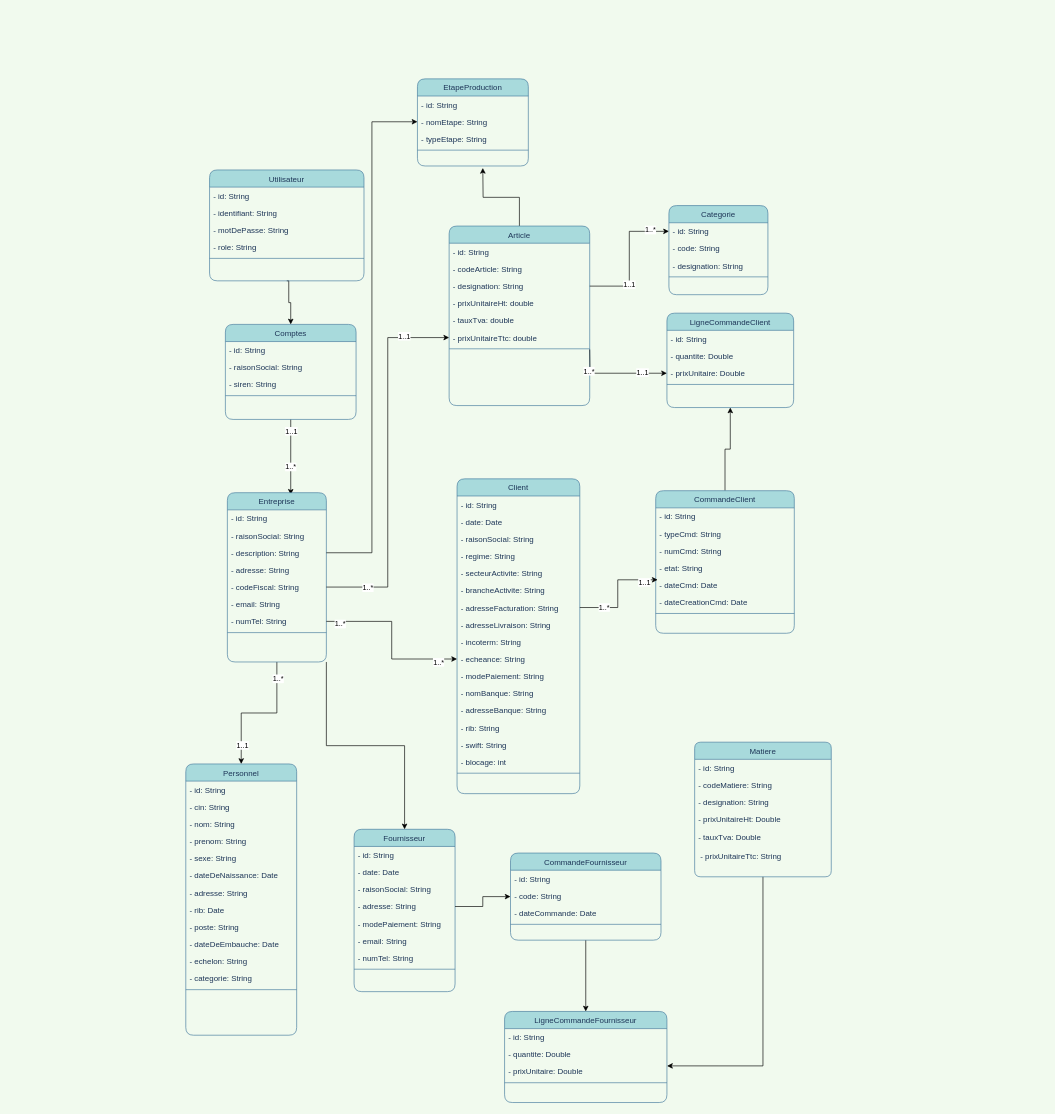
This is GestionStock.drawio from AbdelazizBs/GPAO-SpringApp, a draw.io file, before an edit. Source tidied: cells renumbered, new cells numbered last; positions are measured from the earlier drawing's top-left corner, leaving out a move shared by most shapes. Both pictures are drawn from the tidied source at 66%, with x=0, y=0 at pixel (185, 79).
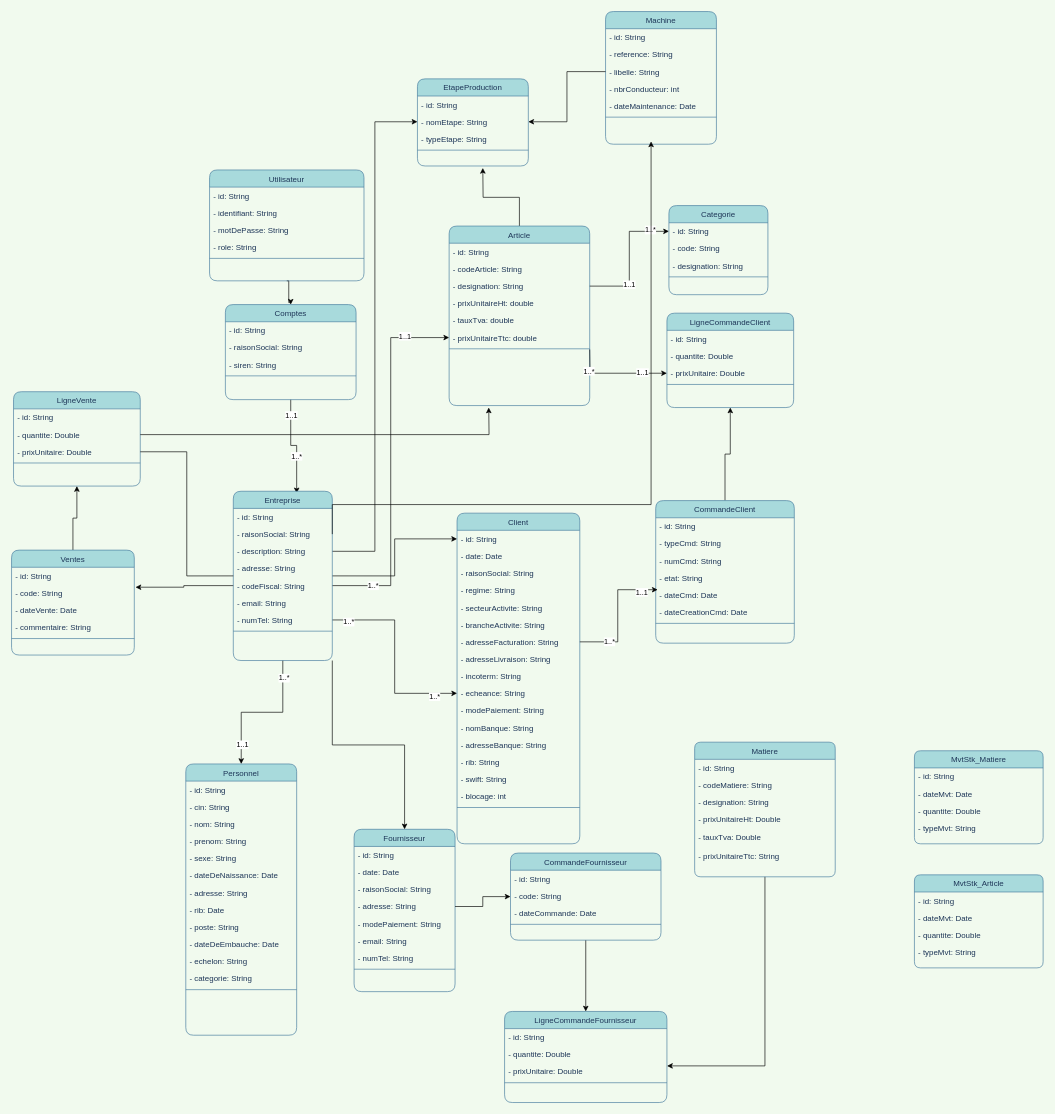
The same diagram, later.

Unchanged cells that the change refers to:
```xml
<mxCell id="38" value="- id: String" style="text;strokeColor=none;fillColor=none;align=left;verticalAlign=top;spacingLeft=4;spacingRight=4;overflow=hidden;points=[[0,0.5],[1,0.5]];portConstraint=eastwest;rounded=0;sketch=0;fontColor=#1D3557;" parent="37" vertex="1">
  <mxGeometry y="26" width="186" height="26" as="geometry" />
</mxCell>
<mxCell id="102" value="- nomEtape: String" style="text;strokeColor=none;fillColor=none;align=left;verticalAlign=top;spacingLeft=4;spacingRight=4;overflow=hidden;points=[[0,0.5],[1,0.5]];portConstraint=eastwest;rounded=0;sketch=0;fontColor=#1D3557;" parent="100" vertex="1">
  <mxGeometry y="52" width="168" height="26" as="geometry" />
</mxCell>
```

The edit, as a diff of the source:
```diff
@@
     <mxCell id="37" value="Client" style="swimlane;fontStyle=0;align=center;verticalAlign=top;horizontal=1;startSize=26;rounded=1;shadow=0;strokeWidth=1;fillColor=#A8DADC;strokeColor=#457B9D;fontColor=#1D3557;" parent="1" vertex="1">
-      <mxGeometry x="411" y="606" width="186" height="477" as="geometry" />
+      <mxGeometry x="411" y="658" width="186" height="501" as="geometry" />
     </mxCell>
@@
     <mxCell id="65" value="CommandeClient" style="swimlane;fontStyle=0;align=center;verticalAlign=top;horizontal=1;startSize=26;rounded=1;shadow=0;strokeWidth=1;fillColor=#A8DADC;strokeColor=#457B9D;fontColor=#1D3557;" parent="1" vertex="1">
-      <mxGeometry x="712" y="624" width="210" height="216" as="geometry" />
+      <mxGeometry x="712" y="639" width="210" height="216" as="geometry" />
     </mxCell>
@@
     <mxCell id="82" value="Comptes" style="swimlane;fontStyle=0;align=center;verticalAlign=top;horizontal=1;startSize=26;rounded=1;shadow=0;strokeWidth=1;fillColor=#A8DADC;strokeColor=#457B9D;fontColor=#1D3557;" parent="1" vertex="1">
-      <mxGeometry x="60" y="372" width="198" height="144" as="geometry" />
+      <mxGeometry x="60" y="342" width="198" height="144" as="geometry" />
     </mxCell>
@@
-    <mxCell id="91" value="Entreprise" style="swimlane;fontStyle=0;align=center;verticalAlign=top;horizontal=1;startSize=26;rounded=1;shadow=0;strokeWidth=1;fillColor=#A8DADC;strokeColor=#457B9D;fontColor=#1D3557;" parent="1" vertex="1">
-      <mxGeometry x="63" y="627" width="150" height="256.5" as="geometry" />
-    </mxCell>
-    <mxCell id="92" value="- id: String" style="text;strokeColor=none;fillColor=none;align=left;verticalAlign=top;spacingLeft=4;spacingRight=4;overflow=hidden;rounded=0;sketch=0;fontColor=#1D3557;" parent="91" vertex="1">
-      <mxGeometry y="26" width="150" height="26" as="geometry" />
-    </mxCell>
-    <mxCell id="93" value="- raisonSocial: String" style="text;strokeColor=none;fillColor=none;align=left;verticalAlign=top;spacingLeft=4;spacingRight=4;overflow=hidden;points=[[0,0.5],[1,0.5]];portConstraint=eastwest;rounded=0;sketch=0;fontColor=#1D3557;" parent="91" vertex="1">
-      <mxGeometry y="52" width="150" height="26" as="geometry" />
-    </mxCell>
-    <mxCell id="94" value="- description: String" style="text;strokeColor=none;fillColor=none;align=left;verticalAlign=top;spacingLeft=4;spacingRight=4;overflow=hidden;points=[[0,0.5],[1,0.5]];portConstraint=eastwest;rounded=0;sketch=0;fontColor=#1D3557;" parent="91" vertex="1">
-      <mxGeometry y="78" width="150" height="26" as="geometry" />
-    </mxCell>
-    <mxCell id="95" value="- adresse: String" style="text;strokeColor=none;fillColor=none;align=left;verticalAlign=top;spacingLeft=4;spacingRight=4;overflow=hidden;rounded=0;sketch=0;fontColor=#1D3557;" parent="91" vertex="1">
-      <mxGeometry y="104" width="150" height="26" as="geometry" />
-    </mxCell>
-    <mxCell id="96" value="- codeFiscal: String" style="text;strokeColor=none;fillColor=none;align=left;verticalAlign=top;spacingLeft=4;spacingRight=4;overflow=hidden;points=[[0,0.5],[1,0.5]];portConstraint=eastwest;rounded=0;sketch=0;fontColor=#1D3557;" parent="91" vertex="1">
-      <mxGeometry y="130" width="150" height="26" as="geometry" />
-    </mxCell>
-    <mxCell id="97" value="- email: String" style="text;strokeColor=none;fillColor=none;align=left;verticalAlign=top;spacingLeft=4;spacingRight=4;overflow=hidden;rounded=0;sketch=0;fontColor=#1D3557;" parent="91" vertex="1">
-      <mxGeometry y="156" width="150" height="26" as="geometry" />
-    </mxCell>
-    <mxCell id="98" value="- numTel: String" style="text;strokeColor=none;fillColor=none;align=left;verticalAlign=top;spacingLeft=4;spacingRight=4;overflow=hidden;points=[[0,0.5],[1,0.5]];portConstraint=eastwest;rounded=0;sketch=0;fontColor=#1D3557;" parent="91" vertex="1">
-      <mxGeometry y="182" width="150" height="26" as="geometry" />
-    </mxCell>
-    <mxCell id="99" style="line;html=1;strokeWidth=1;align=left;verticalAlign=middle;spacingTop=-1;spacingLeft=3;spacingRight=3;labelPosition=right;fillColor=#A8DADC;strokeColor=#457B9D;fontColor=#1D3557;rounded=1;labelBackgroundColor=#F1FAEE;" parent="91" vertex="1">
-      <mxGeometry y="208" width="150" height="8" as="geometry" />
-    </mxCell>
@@
     <mxCell id="133" value="Matiere" style="swimlane;fontStyle=0;align=center;verticalAlign=top;horizontal=1;startSize=26;rounded=1;shadow=0;strokeWidth=1;fillColor=#A8DADC;strokeColor=#457B9D;fontColor=#1D3557;arcSize=12;" parent="1" vertex="1">
-      <mxGeometry x="771" y="1005" width="207" height="204" as="geometry" />
+      <mxGeometry x="771" y="1005" width="213" height="204" as="geometry" />
     </mxCell>
     <mxCell id="134" value="- id: String" style="text;strokeColor=none;fillColor=none;align=left;verticalAlign=top;spacingLeft=4;spacingRight=4;overflow=hidden;rounded=0;sketch=0;fontColor=#1D3557;" parent="133" vertex="1">
-      <mxGeometry y="26" width="207" height="26" as="geometry" />
+      <mxGeometry y="26" width="213" height="26" as="geometry" />
     </mxCell>
     <mxCell id="135" value="- codeMatiere: String" style="text;strokeColor=none;fillColor=none;align=left;verticalAlign=top;spacingLeft=4;spacingRight=4;overflow=hidden;rounded=0;sketch=0;fontColor=#1D3557;" parent="133" vertex="1">
-      <mxGeometry y="52" width="207" height="26" as="geometry" />
+      <mxGeometry y="52" width="213" height="26" as="geometry" />
     </mxCell>
     <mxCell id="136" value="- designation: String" style="text;strokeColor=none;fillColor=none;align=left;verticalAlign=top;spacingLeft=4;spacingRight=4;overflow=hidden;rounded=0;sketch=0;fontColor=#1D3557;" parent="133" vertex="1">
-      <mxGeometry y="78" width="207" height="26" as="geometry" />
+      <mxGeometry y="78" width="213" height="26" as="geometry" />
     </mxCell>
     <mxCell id="137" value="- prixUnitaireHt: Double" style="text;strokeColor=none;fillColor=none;align=left;verticalAlign=top;spacingLeft=4;spacingRight=4;overflow=hidden;rounded=0;sketch=0;fontColor=#1D3557;" parent="133" vertex="1">
-      <mxGeometry y="104" width="207" height="26" as="geometry" />
+      <mxGeometry y="104" width="213" height="26" as="geometry" />
     </mxCell>
     <mxCell id="138" value="- tauxTva: Double" style="text;strokeColor=none;fillColor=none;align=left;verticalAlign=top;spacingLeft=4;spacingRight=4;overflow=hidden;rounded=0;sketch=0;fontColor=#1D3557;" parent="133" vertex="1">
-      <mxGeometry y="130" width="207" height="26" as="geometry" />
+      <mxGeometry y="130" width="213" height="26" as="geometry" />
     </mxCell>
     <mxCell id="139" value="- prixUnitaireTtc: String" style="text;strokeColor=none;fillColor=none;align=left;verticalAlign=top;spacingLeft=4;spacingRight=4;overflow=hidden;rounded=0;sketch=0;fontColor=#1D3557;" parent="1" vertex="1">
-      <mxGeometry x="774" y="1164" width="243" height="26" as="geometry" />
+      <mxGeometry x="771" y="1164" width="243" height="26" as="geometry" />
     </mxCell>
+    <mxCell id="140" value="LigneVente" style="swimlane;fontStyle=0;align=center;verticalAlign=top;horizontal=1;startSize=26;rounded=1;shadow=0;strokeWidth=1;fillColor=#A8DADC;strokeColor=#457B9D;fontColor=#1D3557;" parent="1" vertex="1">
+      <mxGeometry x="-261" y="474" width="192" height="143" as="geometry" />
+    </mxCell>
+    <mxCell id="141" value="- id: String" style="text;strokeColor=none;fillColor=none;align=left;verticalAlign=top;spacingLeft=4;spacingRight=4;overflow=hidden;rounded=0;sketch=0;fontColor=#1D3557;" parent="140" vertex="1">
+      <mxGeometry y="26" width="192" height="26" as="geometry" />
+    </mxCell>
+    <mxCell id="142" value="- quantite: Double" style="text;strokeColor=none;fillColor=none;align=left;verticalAlign=top;spacingLeft=4;spacingRight=4;overflow=hidden;points=[[0,0.5],[1,0.5]];portConstraint=eastwest;rounded=0;sketch=0;fontColor=#1D3557;" parent="140" vertex="1">
+      <mxGeometry y="52" width="192" height="26" as="geometry" />
+    </mxCell>
+    <mxCell id="143" value="- prixUnitaire: Double" style="text;strokeColor=none;fillColor=none;align=left;verticalAlign=top;spacingLeft=4;spacingRight=4;overflow=hidden;points=[[0,0.5],[1,0.5]];portConstraint=eastwest;rounded=0;sketch=0;fontColor=#1D3557;" parent="140" vertex="1">
+      <mxGeometry y="78" width="192" height="26" as="geometry" />
+    </mxCell>
+    <mxCell id="144" style="line;html=1;strokeWidth=1;align=left;verticalAlign=middle;spacingTop=-1;spacingLeft=3;spacingRight=3;labelPosition=right;fillColor=#A8DADC;strokeColor=#457B9D;fontColor=#1D3557;rounded=1;labelBackgroundColor=#F1FAEE;" parent="140" vertex="1">
+      <mxGeometry y="104" width="192" height="8" as="geometry" />
+    </mxCell>
+    <mxCell id="145" style="edgeStyle=orthogonalEdgeStyle;rounded=0;jettySize=auto;html=1;exitX=0.5;exitY=0;exitDx=0;exitDy=0;entryX=0.5;entryY=1;entryDx=0;entryDy=0;" parent="1" edge="1" source="146" target="140">
+      <mxGeometry relative="1" as="geometry" />
+    </mxCell>
+    <mxCell id="146" value="Ventes" style="swimlane;fontStyle=0;align=center;verticalAlign=top;horizontal=1;startSize=26;rounded=1;shadow=0;strokeWidth=1;fillColor=#A8DADC;strokeColor=#457B9D;fontColor=#1D3557;" parent="1" vertex="1">
+      <mxGeometry x="-264" y="714" width="186" height="159" as="geometry" />
+    </mxCell>
+    <mxCell id="147" value="- id: String" style="text;strokeColor=none;fillColor=none;align=left;verticalAlign=top;spacingLeft=4;spacingRight=4;overflow=hidden;rounded=0;sketch=0;fontColor=#1D3557;" parent="146" vertex="1">
+      <mxGeometry y="26" width="186" height="26" as="geometry" />
+    </mxCell>
+    <mxCell id="148" value="- code: String" style="text;strokeColor=none;fillColor=none;align=left;verticalAlign=top;spacingLeft=4;spacingRight=4;overflow=hidden;points=[[0,0.5],[1,0.5]];portConstraint=eastwest;rounded=0;sketch=0;fontColor=#1D3557;" parent="146" vertex="1">
+      <mxGeometry y="52" width="186" height="26" as="geometry" />
+    </mxCell>
+    <mxCell id="149" value="- dateVente: Date" style="text;strokeColor=none;fillColor=none;align=left;verticalAlign=top;spacingLeft=4;spacingRight=4;overflow=hidden;rounded=0;sketch=0;fontColor=#1D3557;" parent="146" vertex="1">
+      <mxGeometry y="78" width="186" height="26" as="geometry" />
+    </mxCell>
+    <mxCell id="150" value="- commentaire: String" style="text;strokeColor=none;fillColor=none;align=left;verticalAlign=top;spacingLeft=4;spacingRight=4;overflow=hidden;rounded=0;sketch=0;fontColor=#1D3557;" parent="146" vertex="1">
+      <mxGeometry y="104" width="186" height="26" as="geometry" />
+    </mxCell>
+    <mxCell id="151" style="line;html=1;strokeWidth=1;align=left;verticalAlign=middle;spacingTop=-1;spacingLeft=3;spacingRight=3;labelPosition=right;fillColor=#A8DADC;strokeColor=#457B9D;fontColor=#1D3557;rounded=1;labelBackgroundColor=#F1FAEE;" parent="146" vertex="1">
+      <mxGeometry y="130" width="186" height="8" as="geometry" />
+    </mxCell>
+    <mxCell id="152" style="edgeStyle=orthogonalEdgeStyle;rounded=0;jettySize=auto;html=1;exitX=0;exitY=0.5;exitDx=0;exitDy=0;entryX=1.01;entryY=0.162;entryDx=0;entryDy=0;entryPerimeter=0;" parent="1" edge="1" source="96" target="148">
+      <mxGeometry relative="1" as="geometry" />
+    </mxCell>
+    <mxCell id="153" style="edgeStyle=orthogonalEdgeStyle;rounded=0;jettySize=auto;html=1;exitX=1;exitY=0.5;exitDx=0;exitDy=0;entryX=0;entryY=0.5;entryDx=0;entryDy=0;startArrow=none;" parent="1" edge="1" source="91" target="38">
+      <mxGeometry relative="1" as="geometry" />
+    </mxCell>
+    <mxCell id="154" style="edgeStyle=orthogonalEdgeStyle;rounded=0;jettySize=auto;html=1;exitX=1;exitY=0.5;exitDx=0;exitDy=0;" parent="1" edge="1" source="142">
+      <mxGeometry relative="1" as="geometry">
+        <mxPoint x="459" y="498" as="targetPoint" />
+      </mxGeometry>
+    </mxCell>
+    <mxCell id="155" value="Machine" style="swimlane;fontStyle=0;align=center;verticalAlign=top;horizontal=1;startSize=26;rounded=1;shadow=0;strokeWidth=1;fillColor=#A8DADC;strokeColor=#457B9D;fontColor=#1D3557;" parent="1" vertex="1">
+      <mxGeometry x="636" y="-102" width="168" height="201" as="geometry" />
+    </mxCell>
+    <mxCell id="156" value="- id: String" style="text;strokeColor=none;fillColor=none;align=left;verticalAlign=top;spacingLeft=4;spacingRight=4;overflow=hidden;rounded=0;sketch=0;fontColor=#1D3557;" parent="155" vertex="1">
+      <mxGeometry y="26" width="168" height="26" as="geometry" />
+    </mxCell>
+    <mxCell id="157" value="- reference: String" style="text;strokeColor=none;fillColor=none;align=left;verticalAlign=top;spacingLeft=4;spacingRight=4;overflow=hidden;rounded=0;sketch=0;fontColor=#1D3557;" parent="155" vertex="1">
+      <mxGeometry y="52" width="168" height="26" as="geometry" />
+    </mxCell>
+    <mxCell id="158" value="- libelle: String" style="text;strokeColor=none;fillColor=none;align=left;verticalAlign=top;spacingLeft=4;spacingRight=4;overflow=hidden;points=[[0,0.5],[1,0.5]];portConstraint=eastwest;rounded=0;sketch=0;fontColor=#1D3557;" parent="155" vertex="1">
+      <mxGeometry y="78" width="168" height="26" as="geometry" />
+    </mxCell>
+    <mxCell id="159" value="- nbrConducteur: int" style="text;strokeColor=none;fillColor=none;align=left;verticalAlign=top;spacingLeft=4;spacingRight=4;overflow=hidden;rounded=0;sketch=0;fontColor=#1D3557;" parent="155" vertex="1">
+      <mxGeometry y="104" width="168" height="26" as="geometry" />
+    </mxCell>
+    <mxCell id="160" value="- dateMaintenance: Date" style="text;strokeColor=none;fillColor=none;align=left;verticalAlign=top;spacingLeft=4;spacingRight=4;overflow=hidden;rounded=0;sketch=0;fontColor=#1D3557;" parent="155" vertex="1">
+      <mxGeometry y="130" width="168" height="26" as="geometry" />
+    </mxCell>
+    <mxCell id="161" style="line;html=1;strokeWidth=1;align=left;verticalAlign=middle;spacingTop=-1;spacingLeft=3;spacingRight=3;labelPosition=right;fillColor=#A8DADC;strokeColor=#457B9D;fontColor=#1D3557;rounded=1;labelBackgroundColor=#F1FAEE;" parent="155" vertex="1">
+      <mxGeometry y="156" width="168" height="8" as="geometry" />
+    </mxCell>
+    <mxCell id="162" style="edgeStyle=orthogonalEdgeStyle;rounded=0;jettySize=auto;html=1;exitX=0;exitY=0.5;exitDx=0;exitDy=0;entryX=1;entryY=0.5;entryDx=0;entryDy=0;" parent="1" edge="1" source="158" target="102">
+      <mxGeometry relative="1" as="geometry" />
+    </mxCell>
+    <mxCell id="91" value="Entreprise" style="swimlane;fontStyle=0;align=center;verticalAlign=top;horizontal=1;startSize=26;rounded=1;shadow=0;strokeWidth=1;fillColor=#A8DADC;strokeColor=#457B9D;fontColor=#1D3557;" parent="1" vertex="1">
+      <mxGeometry x="72" y="624.8" width="150" height="256.5" as="geometry" />
+    </mxCell>
+    <mxCell id="92" value="- id: String" style="text;strokeColor=none;fillColor=none;align=left;verticalAlign=top;spacingLeft=4;spacingRight=4;overflow=hidden;rounded=0;sketch=0;fontColor=#1D3557;" parent="91" vertex="1">
+      <mxGeometry y="26" width="150" height="26" as="geometry" />
+    </mxCell>
+    <mxCell id="93" value="- raisonSocial: String" style="text;strokeColor=none;fillColor=none;align=left;verticalAlign=top;spacingLeft=4;spacingRight=4;overflow=hidden;points=[[0,0.5],[1,0.5]];portConstraint=eastwest;rounded=0;sketch=0;fontColor=#1D3557;" parent="91" vertex="1">
+      <mxGeometry y="52" width="150" height="26" as="geometry" />
+    </mxCell>
+    <mxCell id="94" value="- description: String" style="text;strokeColor=none;fillColor=none;align=left;verticalAlign=top;spacingLeft=4;spacingRight=4;overflow=hidden;points=[[0,0.5],[1,0.5]];portConstraint=eastwest;rounded=0;sketch=0;fontColor=#1D3557;" parent="91" vertex="1">
+      <mxGeometry y="78" width="150" height="26" as="geometry" />
+    </mxCell>
+    <mxCell id="95" value="- adresse: String" style="text;strokeColor=none;fillColor=none;align=left;verticalAlign=top;spacingLeft=4;spacingRight=4;overflow=hidden;rounded=0;sketch=0;fontColor=#1D3557;" parent="91" vertex="1">
+      <mxGeometry y="104" width="150" height="26" as="geometry" />
+    </mxCell>
+    <mxCell id="96" value="- codeFiscal: String" style="text;strokeColor=none;fillColor=none;align=left;verticalAlign=top;spacingLeft=4;spacingRight=4;overflow=hidden;points=[[0,0.5],[1,0.5]];portConstraint=eastwest;rounded=0;sketch=0;fontColor=#1D3557;" parent="91" vertex="1">
+      <mxGeometry y="130" width="150" height="26" as="geometry" />
+    </mxCell>
+    <mxCell id="97" value="- email: String" style="text;strokeColor=none;fillColor=none;align=left;verticalAlign=top;spacingLeft=4;spacingRight=4;overflow=hidden;rounded=0;sketch=0;fontColor=#1D3557;" parent="91" vertex="1">
+      <mxGeometry y="156" width="150" height="26" as="geometry" />
+    </mxCell>
+    <mxCell id="98" value="- numTel: String" style="text;strokeColor=none;fillColor=none;align=left;verticalAlign=top;spacingLeft=4;spacingRight=4;overflow=hidden;points=[[0,0.5],[1,0.5]];portConstraint=eastwest;rounded=0;sketch=0;fontColor=#1D3557;" parent="91" vertex="1">
+      <mxGeometry y="182" width="150" height="26" as="geometry" />
+    </mxCell>
+    <mxCell id="99" style="line;html=1;strokeWidth=1;align=left;verticalAlign=middle;spacingTop=-1;spacingLeft=3;spacingRight=3;labelPosition=right;fillColor=#A8DADC;strokeColor=#457B9D;fontColor=#1D3557;rounded=1;labelBackgroundColor=#F1FAEE;" parent="91" vertex="1">
+      <mxGeometry y="208" width="150" height="8" as="geometry" />
+    </mxCell>
+    <mxCell id="163" style="edgeStyle=orthogonalEdgeStyle;rounded=0;jettySize=auto;html=1;exitX=1;exitY=0.5;exitDx=0;exitDy=0;entryX=0;entryY=0.5;entryDx=0;entryDy=0;endArrow=none;" parent="1" edge="1" source="143" target="91">
+      <mxGeometry relative="1" as="geometry" />
+    </mxCell>
+    <mxCell id="164" style="edgeStyle=orthogonalEdgeStyle;rounded=0;jettySize=auto;html=1;exitX=1;exitY=0.5;exitDx=0;exitDy=0;" parent="1" edge="1" source="93">
+      <mxGeometry relative="1" as="geometry">
+        <mxPoint x="705" y="94.8" as="targetPoint" />
+        <Array as="points">
+          <mxPoint x="222" y="645" />
+          <mxPoint x="705" y="645" />
+        </Array>
+      </mxGeometry>
+    </mxCell>
+    <mxCell id="165" value="MvtStk_Matiere" style="swimlane;fontStyle=0;align=center;verticalAlign=top;horizontal=1;startSize=26;rounded=1;shadow=0;strokeWidth=1;fillColor=#A8DADC;strokeColor=#457B9D;fontColor=#1D3557;arcSize=12;" parent="1" vertex="1">
+      <mxGeometry x="1104" y="1018" width="195" height="141" as="geometry" />
+    </mxCell>
+    <mxCell id="166" value="- id: String" style="text;strokeColor=none;fillColor=none;align=left;verticalAlign=top;spacingLeft=4;spacingRight=4;overflow=hidden;rounded=0;sketch=0;fontColor=#1D3557;" parent="165" vertex="1">
+      <mxGeometry y="26" width="195" height="26" as="geometry" />
+    </mxCell>
+    <mxCell id="167" value="- dateMvt: Date" style="text;strokeColor=none;fillColor=none;align=left;verticalAlign=top;spacingLeft=4;spacingRight=4;overflow=hidden;rounded=0;sketch=0;fontColor=#1D3557;" parent="165" vertex="1">
+      <mxGeometry y="52" width="195" height="26" as="geometry" />
+    </mxCell>
+    <mxCell id="168" value="- quantite: Double" style="text;strokeColor=none;fillColor=none;align=left;verticalAlign=top;spacingLeft=4;spacingRight=4;overflow=hidden;rounded=0;sketch=0;fontColor=#1D3557;" parent="165" vertex="1">
+      <mxGeometry y="78" width="195" height="26" as="geometry" />
+    </mxCell>
+    <mxCell id="169" value="- typeMvt: String" style="text;strokeColor=none;fillColor=none;align=left;verticalAlign=top;spacingLeft=4;spacingRight=4;overflow=hidden;rounded=0;sketch=0;fontColor=#1D3557;" parent="165" vertex="1">
+      <mxGeometry y="104" width="195" height="26" as="geometry" />
+    </mxCell>
+    <mxCell id="170" value="MvtStk_Article" style="swimlane;fontStyle=0;align=center;verticalAlign=top;horizontal=1;startSize=26;rounded=1;shadow=0;strokeWidth=1;fillColor=#A8DADC;strokeColor=#457B9D;fontColor=#1D3557;arcSize=12;" parent="1" vertex="1">
+      <mxGeometry x="1104" y="1206" width="195" height="141" as="geometry" />
+    </mxCell>
+    <mxCell id="171" value="- id: String" style="text;strokeColor=none;fillColor=none;align=left;verticalAlign=top;spacingLeft=4;spacingRight=4;overflow=hidden;rounded=0;sketch=0;fontColor=#1D3557;" parent="170" vertex="1">
+      <mxGeometry y="26" width="195" height="26" as="geometry" />
+    </mxCell>
+    <mxCell id="172" value="- dateMvt: Date" style="text;strokeColor=none;fillColor=none;align=left;verticalAlign=top;spacingLeft=4;spacingRight=4;overflow=hidden;rounded=0;sketch=0;fontColor=#1D3557;" parent="170" vertex="1">
+      <mxGeometry y="52" width="195" height="26" as="geometry" />
+    </mxCell>
+    <mxCell id="173" value="- quantite: Double" style="text;strokeColor=none;fillColor=none;align=left;verticalAlign=top;spacingLeft=4;spacingRight=4;overflow=hidden;rounded=0;sketch=0;fontColor=#1D3557;" parent="170" vertex="1">
+      <mxGeometry y="78" width="195" height="26" as="geometry" />
+    </mxCell>
+    <mxCell id="174" value="- typeMvt: String" style="text;strokeColor=none;fillColor=none;align=left;verticalAlign=top;spacingLeft=4;spacingRight=4;overflow=hidden;rounded=0;sketch=0;fontColor=#1D3557;" parent="170" vertex="1">
+      <mxGeometry y="104" width="195" height="26" as="geometry" />
+    </mxCell>
```
